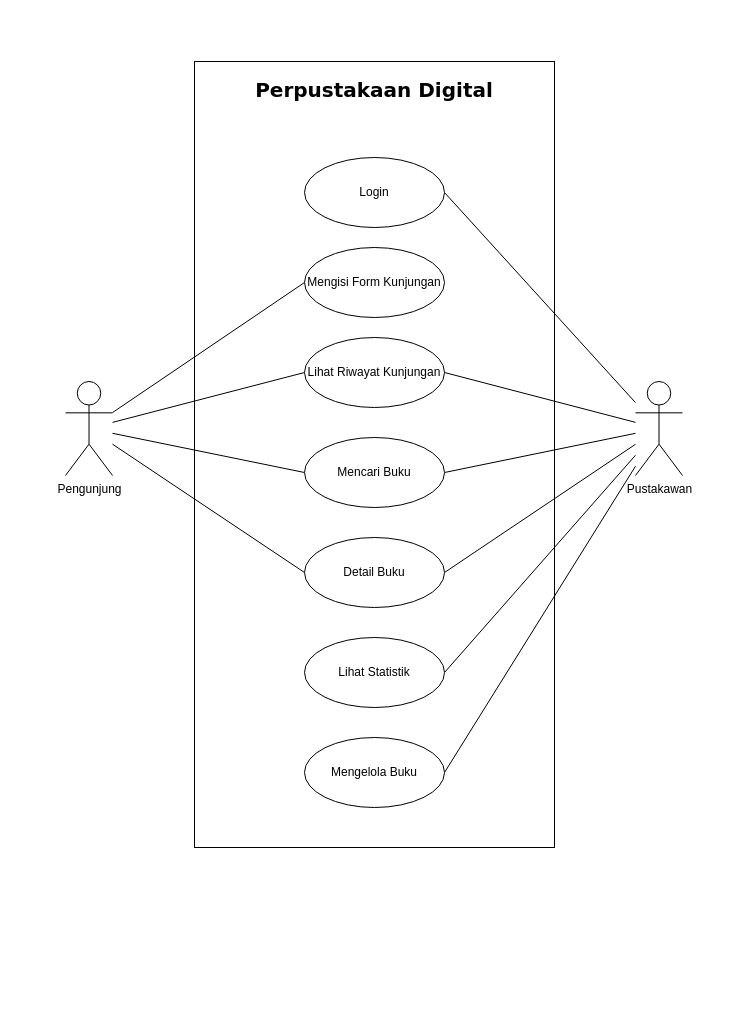
This is Use-Case-Diagram-Perpus-Digital.drawio from Afkar-Saga/perpus-digital, a draw.io file, before an edit. Source tidied: cells renumbered, new cells numbered last; positions are measured from the earlier drawing's top-left corner, leaving out a move shared by most shapes. Both pictures are drawn from the tidied source at 100%, with x=0, y=0 at pixel (65, 61).
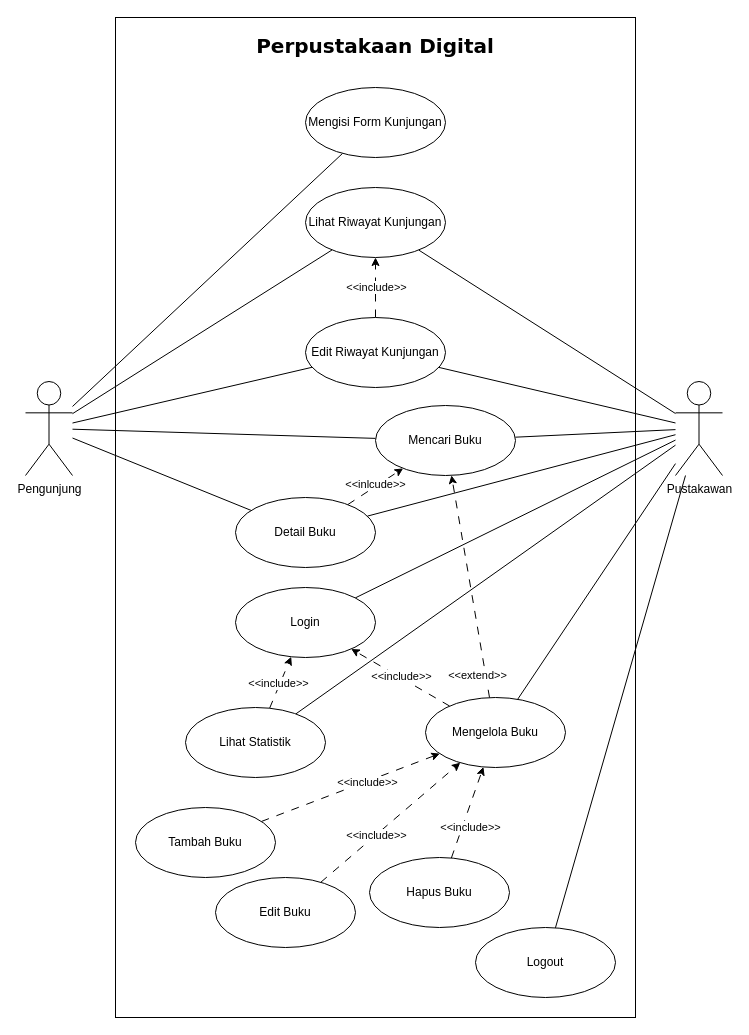
The same diagram, later.

Change to the diagram source:
```diff
@@
     <mxCell id="2" value="Perpustakaan Digital" style="rounded=0;whiteSpace=wrap;html=1;verticalAlign=top;fontSize=20;fontStyle=1;spacingTop=10;fontFamily=Verdana;" parent="1" vertex="1">
-      <mxGeometry x="129" width="360" height="786" as="geometry" />
+      <mxGeometry x="50" y="-44" width="520" height="1000" as="geometry" />
     </mxCell>
-    <mxCell id="3" style="edgeStyle=none;rounded=0;jettySize=auto;html=1;entryX=0;entryY=0.5;entryDx=0;entryDy=0;endArrow=none;endFill=0;" parent="1" edge="1" source="7" target="15">
+    <mxCell id="3" style="edgeStyle=none;rounded=0;jettySize=auto;html=1;endArrow=none;endFill=0;" parent="1" edge="1" source="7" target="15">
       <mxGeometry relative="1" as="geometry" />
     </mxCell>
-    <mxCell id="4" style="edgeStyle=none;rounded=0;jettySize=auto;html=1;entryX=0;entryY=0.5;entryDx=0;entryDy=0;endArrow=none;endFill=0;" parent="1" edge="1" source="7" target="16">
+    <mxCell id="4" style="edgeStyle=none;rounded=0;jettySize=auto;html=1;endArrow=none;endFill=0;" parent="1" edge="1" source="7" target="16">
       <mxGeometry relative="1" as="geometry" />
     </mxCell>
-    <mxCell id="5" style="edgeStyle=none;rounded=0;jettySize=auto;html=1;entryX=0;entryY=0.5;entryDx=0;entryDy=0;endArrow=none;endFill=0;" parent="1" edge="1" source="7" target="17">
+    <mxCell id="5" style="edgeStyle=none;rounded=0;jettySize=auto;html=1;endArrow=none;endFill=0;" parent="1" edge="1" source="7" target="17">
       <mxGeometry relative="1" as="geometry" />
     </mxCell>
-    <mxCell id="6" style="edgeStyle=none;rounded=0;jettySize=auto;html=1;entryX=0;entryY=0.5;entryDx=0;entryDy=0;endArrow=none;endFill=0;" parent="1" edge="1" source="7" target="19">
+    <mxCell id="6" style="edgeStyle=none;rounded=0;jettySize=auto;html=1;endArrow=none;endFill=0;" parent="1" edge="1" source="7" target="19">
       <mxGeometry relative="1" as="geometry" />
     </mxCell>
+    <mxCell id="22" style="edgeStyle=none;rounded=0;jettySize=auto;html=1;endArrow=none;endFill=0;" parent="1" edge="1" source="7" target="41">
+      <mxGeometry relative="1" as="geometry" />
+    </mxCell>
     <mxCell id="7" value="Pengunjung" style="shape=umlActor;verticalLabelPosition=bottom;verticalAlign=top;html=1;outlineConnect=0;" parent="1" vertex="1">
-      <mxGeometry y="320" width="47" height="94" as="geometry" />
+      <mxGeometry x="-40" y="320" width="47" height="94" as="geometry" />
     </mxCell>
-    <mxCell id="8" style="edgeStyle=none;rounded=0;jettySize=auto;html=1;entryX=1;entryY=0.5;entryDx=0;entryDy=0;endArrow=none;endFill=0;" parent="1" edge="1" source="14" target="16">
+    <mxCell id="8" style="edgeStyle=none;rounded=0;jettySize=auto;html=1;endArrow=none;endFill=0;" parent="1" edge="1" source="14" target="16">
       <mxGeometry relative="1" as="geometry" />
     </mxCell>
-    <mxCell id="9" style="edgeStyle=none;rounded=0;jettySize=auto;html=1;entryX=1;entryY=0.5;entryDx=0;entryDy=0;endArrow=none;endFill=0;" parent="1" edge="1" source="14" target="17">
+    <mxCell id="9" style="edgeStyle=none;rounded=0;jettySize=auto;html=1;endArrow=none;endFill=0;" parent="1" edge="1" source="14" target="17">
       <mxGeometry relative="1" as="geometry" />
     </mxCell>
-    <mxCell id="10" style="edgeStyle=none;rounded=0;jettySize=auto;html=1;entryX=1;entryY=0.5;entryDx=0;entryDy=0;endArrow=none;endFill=0;" parent="1" edge="1" source="14" target="19">
+    <mxCell id="10" style="edgeStyle=none;rounded=0;jettySize=auto;html=1;endArrow=none;endFill=0;" parent="1" edge="1" source="14" target="19">
       <mxGeometry relative="1" as="geometry" />
     </mxCell>
-    <mxCell id="11" style="edgeStyle=none;rounded=0;jettySize=auto;html=1;entryX=1;entryY=0.5;entryDx=0;entryDy=0;endArrow=none;endFill=0;" parent="1" edge="1" source="14" target="18">
+    <mxCell id="11" style="edgeStyle=none;rounded=0;jettySize=auto;html=1;endArrow=none;endFill=0;" parent="1" edge="1" source="14" target="18">
       <mxGeometry relative="1" as="geometry" />
     </mxCell>
-    <mxCell id="12" style="edgeStyle=none;rounded=0;jettySize=auto;html=1;entryX=1;entryY=0.5;entryDx=0;entryDy=0;endArrow=none;endFill=0;" parent="1" edge="1" source="14" target="20">
+    <mxCell id="12" style="edgeStyle=none;rounded=0;jettySize=auto;html=1;endArrow=none;endFill=0;" parent="1" edge="1" source="14" target="20">
       <mxGeometry relative="1" as="geometry" />
     </mxCell>
-    <mxCell id="13" style="edgeStyle=none;rounded=0;jettySize=auto;html=1;entryX=1;entryY=0.5;entryDx=0;entryDy=0;endArrow=none;endFill=0;" parent="1" edge="1" source="14" target="21">
+    <mxCell id="13" style="edgeStyle=none;rounded=0;jettySize=auto;html=1;endArrow=none;endFill=0;" parent="1" edge="1" source="14" target="21">
       <mxGeometry relative="1" as="geometry" />
     </mxCell>
+    <mxCell id="23" style="edgeStyle=none;rounded=0;jettySize=auto;html=1;endArrow=none;endFill=0;" parent="1" edge="1" source="14" target="41">
+      <mxGeometry relative="1" as="geometry" />
+    </mxCell>
+    <mxCell id="24" style="edgeStyle=none;rounded=0;jettySize=auto;html=1;endArrow=none;endFill=0;" parent="1" edge="1" source="14" target="45">
+      <mxGeometry relative="1" as="geometry" />
+    </mxCell>
     <mxCell id="14" value="Pustakawan" style="shape=umlActor;verticalLabelPosition=bottom;verticalAlign=top;html=1;outlineConnect=0;" parent="1" vertex="1">
-      <mxGeometry x="570" y="320" width="47" height="94" as="geometry" />
+      <mxGeometry x="610" y="320" width="47" height="94" as="geometry" />
     </mxCell>
     <mxCell id="15" value="Mengisi Form Kunjungan" style="ellipse;whiteSpace=wrap;html=1;" parent="1" vertex="1">
-      <mxGeometry x="239" y="186" width="140" height="70" as="geometry" />
+      <mxGeometry x="240" y="26" width="140" height="70" as="geometry" />
     </mxCell>
     <mxCell id="16" value="Lihat Riwayat Kunjungan" style="ellipse;whiteSpace=wrap;html=1;" parent="1" vertex="1">
-      <mxGeometry x="239" y="276" width="140" height="70" as="geometry" />
+      <mxGeometry x="240" y="126" width="140" height="70" as="geometry" />
     </mxCell>
     <mxCell id="17" value="Mencari Buku" style="ellipse;whiteSpace=wrap;html=1;" parent="1" vertex="1">
-      <mxGeometry x="239" y="376" width="140" height="70" as="geometry" />
+      <mxGeometry x="310" y="344" width="140" height="70" as="geometry" />
     </mxCell>
     <mxCell id="18" value="Login" style="ellipse;whiteSpace=wrap;html=1;" parent="1" vertex="1">
-      <mxGeometry x="239" y="96" width="140" height="70" as="geometry" />
+      <mxGeometry x="170" y="526" width="140" height="70" as="geometry" />
     </mxCell>
+    <mxCell id="25" style="edgeStyle=none;rounded=0;jettySize=auto;html=1;dashed=1;dashPattern=8 8;" parent="1" edge="1" source="19" target="17">
+      <mxGeometry relative="1" as="geometry" />
+    </mxCell>
+    <mxCell id="26" value="&amp;lt;&amp;lt;inlcude&amp;gt;&amp;gt;" style="edgeLabel;html=1;align=center;verticalAlign=middle;" parent="25" vertex="1">
+      <mxGeometry x="0.03" y="2" relative="1" as="geometry" />
+    </mxCell>
     <mxCell id="19" value="Detail Buku" style="ellipse;whiteSpace=wrap;html=1;" parent="1" vertex="1">
-      <mxGeometry x="239" y="476" width="140" height="70" as="geometry" />
+      <mxGeometry x="170" y="436" width="140" height="70" as="geometry" />
     </mxCell>
+    <mxCell id="27" style="edgeStyle=none;rounded=0;jettySize=auto;html=1;dashed=1;dashPattern=8 8;" parent="1" edge="1" source="20" target="18">
+      <mxGeometry relative="1" as="geometry" />
+    </mxCell>
+    <mxCell id="28" value="&amp;lt;&amp;lt;include&amp;gt;&amp;gt;" style="edgeLabel;html=1;align=center;verticalAlign=middle;" parent="27" vertex="1">
+      <mxGeometry x="-0.04" y="2" relative="1" as="geometry" />
+    </mxCell>
     <mxCell id="20" value="Lihat Statistik" style="ellipse;whiteSpace=wrap;html=1;" parent="1" vertex="1">
-      <mxGeometry x="239" y="576" width="140" height="70" as="geometry" />
+      <mxGeometry x="120" y="646" width="140" height="70" as="geometry" />
     </mxCell>
+    <mxCell id="29" style="edgeStyle=none;rounded=0;jettySize=auto;html=1;dashed=1;dashPattern=8 8;" parent="1" edge="1" source="42" target="21">
+      <mxGeometry relative="1" as="geometry" />
+    </mxCell>
+    <mxCell id="30" value="&amp;lt;&amp;lt;include&amp;gt;&amp;gt;" style="edgeLabel;html=1;align=center;verticalAlign=middle;" parent="29" vertex="1">
+      <mxGeometry x="0.07" y="1" relative="1" as="geometry">
+        <mxPoint x="11" y="-2" as="offset" />
+      </mxGeometry>
+    </mxCell>
+    <mxCell id="31" style="edgeStyle=none;rounded=0;jettySize=auto;html=1;dashed=1;dashPattern=8 8;" parent="1" edge="1" source="43" target="21">
+      <mxGeometry relative="1" as="geometry" />
+    </mxCell>
+    <mxCell id="32" value="&amp;lt;&amp;lt;include&amp;gt;&amp;gt;" style="edgeLabel;html=1;align=center;verticalAlign=middle;" parent="31" vertex="1">
+      <mxGeometry x="-0.2" relative="1" as="geometry" />
+    </mxCell>
+    <mxCell id="33" style="edgeStyle=none;rounded=0;jettySize=auto;html=1;dashed=1;dashPattern=8 8;" parent="1" edge="1" source="44" target="21">
+      <mxGeometry relative="1" as="geometry" />
+    </mxCell>
+    <mxCell id="34" value="&amp;lt;&amp;lt;include&amp;gt;&amp;gt;" style="edgeLabel;html=1;align=center;verticalAlign=middle;" parent="33" vertex="1">
+      <mxGeometry x="-0.23" y="-1" relative="1" as="geometry">
+        <mxPoint x="5" y="4" as="offset" />
+      </mxGeometry>
+    </mxCell>
+    <mxCell id="35" style="edgeStyle=none;rounded=0;jettySize=auto;html=1;dashed=1;dashPattern=8 8;" parent="1" edge="1" source="21" target="17">
+      <mxGeometry relative="1" as="geometry" />
+    </mxCell>
+    <mxCell id="36" value="&amp;lt;&amp;lt;extend&amp;gt;&amp;gt;" style="edgeLabel;html=1;align=center;verticalAlign=middle;" parent="35" vertex="1">
+      <mxGeometry x="-0.06" y="1" relative="1" as="geometry">
+        <mxPoint x="6" y="82" as="offset" />
+      </mxGeometry>
+    </mxCell>
+    <mxCell id="37" style="edgeStyle=none;rounded=0;jettySize=auto;html=1;dashed=1;dashPattern=8 8;" parent="1" edge="1" source="21" target="18">
+      <mxGeometry relative="1" as="geometry" />
+    </mxCell>
+    <mxCell id="38" value="&amp;lt;&amp;lt;include&amp;gt;&amp;gt;" style="edgeLabel;html=1;align=center;verticalAlign=middle;" parent="37" vertex="1">
+      <mxGeometry x="0.01" y="-2" relative="1" as="geometry" />
+    </mxCell>
     <mxCell id="21" value="Mengelola Buku" style="ellipse;whiteSpace=wrap;html=1;" parent="1" vertex="1">
-      <mxGeometry x="239" y="676" width="140" height="70" as="geometry" />
+      <mxGeometry x="360" y="636" width="140" height="70" as="geometry" />
     </mxCell>
+    <mxCell id="39" style="edgeStyle=none;rounded=0;jettySize=auto;html=1;entryX=0.5;entryY=1;entryDx=0;entryDy=0;dashed=1;dashPattern=8 8;" parent="1" edge="1" source="41" target="16">
+      <mxGeometry relative="1" as="geometry" />
+    </mxCell>
+    <mxCell id="40" value="&amp;lt;&amp;lt;include&amp;gt;&amp;gt;" style="edgeLabel;html=1;align=center;verticalAlign=middle;" parent="39" vertex="1">
+      <mxGeometry x="0.03" y="-2" relative="1" as="geometry">
+        <mxPoint x="-2" as="offset" />
+      </mxGeometry>
+    </mxCell>
+    <mxCell id="41" value="Edit Riwayat Kunjungan" style="ellipse;whiteSpace=wrap;html=1;" parent="1" vertex="1">
+      <mxGeometry x="240" y="256" width="140" height="70" as="geometry" />
+    </mxCell>
+    <mxCell id="42" value="Tambah Buku" style="ellipse;whiteSpace=wrap;html=1;" parent="1" vertex="1">
+      <mxGeometry x="70" y="746" width="140" height="70" as="geometry" />
+    </mxCell>
+    <mxCell id="43" value="Edit Buku" style="ellipse;whiteSpace=wrap;html=1;" parent="1" vertex="1">
+      <mxGeometry x="150" y="816" width="140" height="70" as="geometry" />
+    </mxCell>
+    <mxCell id="44" value="Hapus Buku" style="ellipse;whiteSpace=wrap;html=1;" parent="1" vertex="1">
+      <mxGeometry x="304" y="796" width="140" height="70" as="geometry" />
+    </mxCell>
+    <mxCell id="45" value="Logout" style="ellipse;whiteSpace=wrap;html=1;" parent="1" vertex="1">
+      <mxGeometry x="410" y="866" width="140" height="70" as="geometry" />
+    </mxCell>
```
